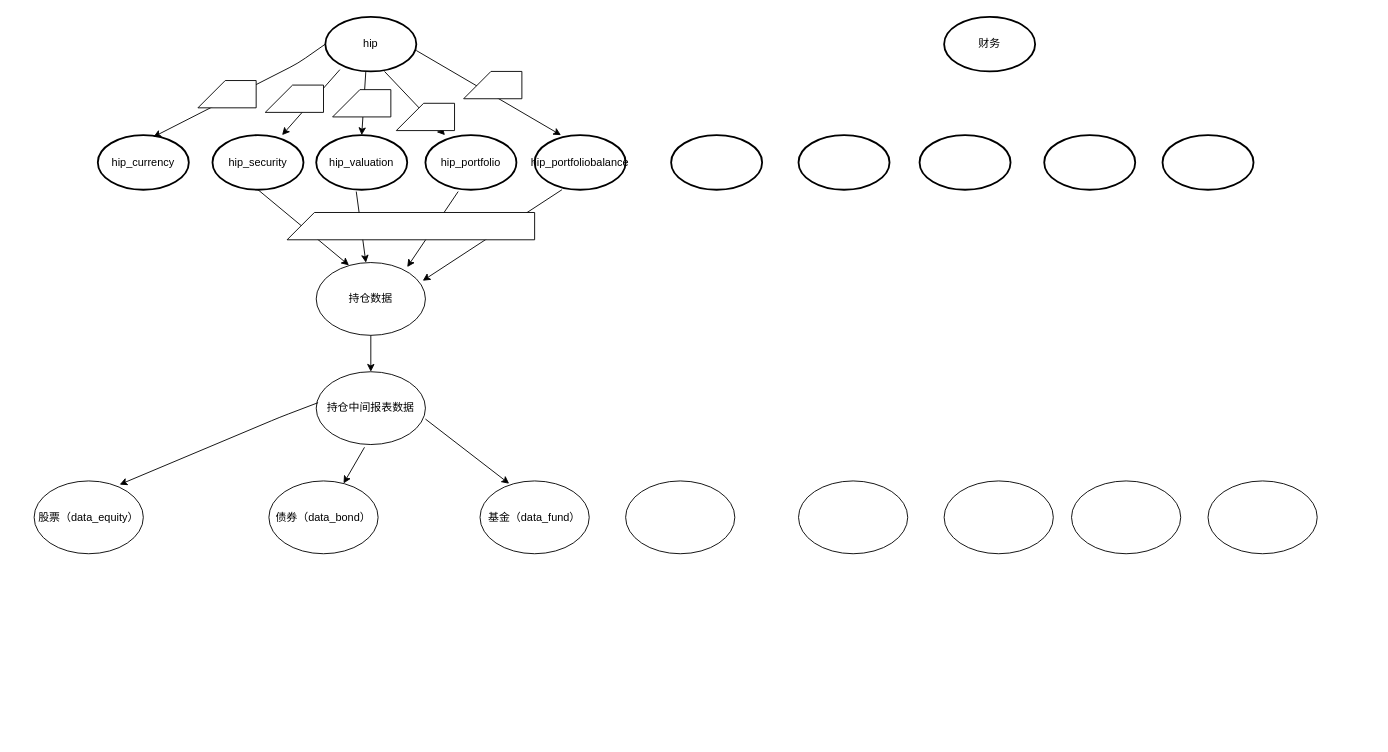
The draw.io diagram 任务树.drawio in gebifeixiang/investment, before the edit. Source tidied: cells renumbered, new cells numbered last; positions are measured from the earlier drawing's top-left corner, leaving out a move shared by most shapes. Both pictures are drawn from the tidied source at 91%, with x=0, y=0 at pixel (34, 16).
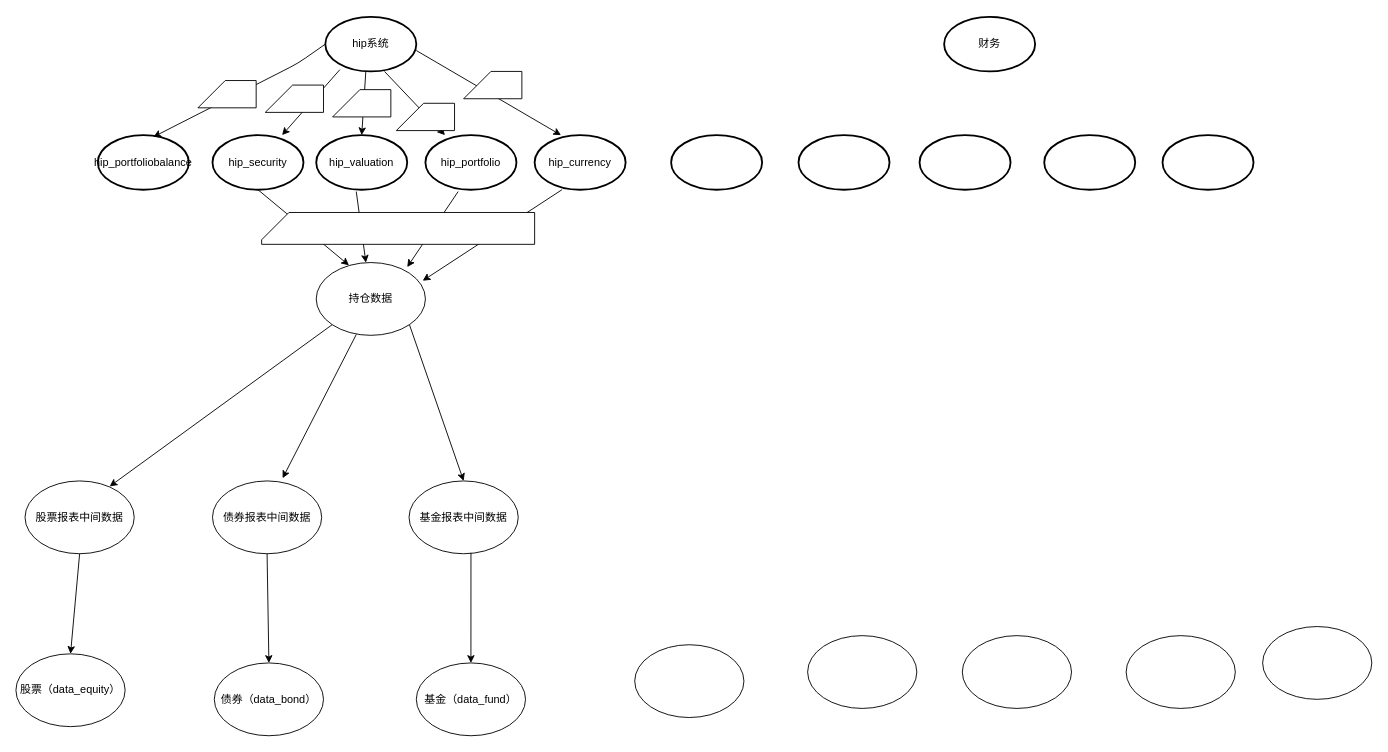
Above is the later version.

The change refers to these unchanged cells:
```xml
<mxCell id="24" value="持仓数据" style="ellipse;whiteSpace=wrap;html=1;" parent="1" vertex="1">
  <mxGeometry x="310" y="270" width="120" height="80" as="geometry" />
</mxCell>
```

Diff of the diagram source:
```diff
@@
-    <mxCell id="3" value="hip_currency" style="strokeWidth=2;html=1;shape=mxgraph.flowchart.start_1;whiteSpace=wrap;" parent="1" vertex="1">
+    <mxCell id="3" value="hip_portfoliobalance" style="strokeWidth=2;html=1;shape=mxgraph.flowchart.start_1;whiteSpace=wrap;" parent="1" vertex="1">
       <mxGeometry x="70" y="130" width="100" height="60" as="geometry" />
     </mxCell>
@@
-    <mxCell id="8" value="hip_portfoliobalance" style="strokeWidth=2;html=1;shape=mxgraph.flowchart.start_1;whiteSpace=wrap;" parent="1" vertex="1">
+    <mxCell id="8" value="hip_currency" style="strokeWidth=2;html=1;shape=mxgraph.flowchart.start_1;whiteSpace=wrap;" parent="1" vertex="1">
       <mxGeometry x="550" y="130" width="100" height="60" as="geometry" />
     </mxCell>
@@
-    <mxCell id="12" value="hip" style="strokeWidth=2;html=1;shape=mxgraph.flowchart.start_1;whiteSpace=wrap;" parent="1" vertex="1">
+    <mxCell id="12" value="hip系统" style="strokeWidth=2;html=1;shape=mxgraph.flowchart.start_1;whiteSpace=wrap;" parent="1" vertex="1">
       <mxGeometry x="320" width="100" height="60" as="geometry" />
     </mxCell>
@@
     <mxCell id="25" value="股票（data_equity）" style="ellipse;whiteSpace=wrap;html=1;" parent="1" vertex="1">
-      <mxGeometry y="510" width="120" height="80" as="geometry" />
+      <mxGeometry x="-20" y="700" width="120" height="80" as="geometry" />
     </mxCell>
     <mxCell id="26" value="债券（data_bond）" style="ellipse;whiteSpace=wrap;html=1;" parent="1" vertex="1">
-      <mxGeometry x="258" y="510" width="120" height="80" as="geometry" />
+      <mxGeometry x="198" y="710" width="120" height="80" as="geometry" />
     </mxCell>
     <mxCell id="27" value="基金（data_fund）" style="ellipse;whiteSpace=wrap;html=1;" parent="1" vertex="1">
-      <mxGeometry x="490" y="510" width="120" height="80" as="geometry" />
+      <mxGeometry x="420" y="710" width="120" height="80" as="geometry" />
     </mxCell>
     <mxCell id="28" style="ellipse;whiteSpace=wrap;html=1;" parent="1" vertex="1">
-      <mxGeometry x="650" y="510" width="120" height="80" as="geometry" />
+      <mxGeometry x="660" y="690" width="120" height="80" as="geometry" />
     </mxCell>
     <mxCell id="29" style="ellipse;whiteSpace=wrap;html=1;" parent="1" vertex="1">
-      <mxGeometry x="1290" y="510" width="120" height="80" as="geometry" />
+      <mxGeometry x="1350" y="670" width="120" height="80" as="geometry" />
     </mxCell>
     <mxCell id="30" style="ellipse;whiteSpace=wrap;html=1;" parent="1" vertex="1">
-      <mxGeometry x="1140" y="510" width="120" height="80" as="geometry" />
+      <mxGeometry x="1200" y="680" width="120" height="80" as="geometry" />
     </mxCell>
     <mxCell id="31" style="ellipse;whiteSpace=wrap;html=1;" parent="1" vertex="1">
-      <mxGeometry x="1000" y="510" width="120" height="80" as="geometry" />
+      <mxGeometry x="1020" y="680" width="120" height="80" as="geometry" />
     </mxCell>
     <mxCell id="32" style="ellipse;whiteSpace=wrap;html=1;" parent="1" vertex="1">
-      <mxGeometry x="840" y="510" width="120" height="80" as="geometry" />
+      <mxGeometry x="850" y="680" width="120" height="80" as="geometry" />
     </mxCell>
-    <mxCell id="33" value="持仓中间报表数据" style="ellipse;whiteSpace=wrap;html=1;" parent="1" vertex="1">
-      <mxGeometry x="310" y="390" width="120" height="80" as="geometry" />
-    </mxCell>
-    <mxCell id="34" style="endArrow=classic;html=1;entryX=0.783;entryY=0.05;entryDx=0;entryDy=0;entryPerimeter=0;exitX=0.017;exitY=0.425;exitDx=0;exitDy=0;exitPerimeter=0;" parent="1" edge="1" source="33" target="25">
-      <mxGeometry relative="1" as="geometry">
-        <Array as="points">
-          <mxPoint x="270" y="440" />
-        </Array>
-      </mxGeometry>
-    </mxCell>
-    <mxCell id="35" style="endArrow=classic;html=1;entryX=0.267;entryY=0.038;entryDx=0;entryDy=0;entryPerimeter=0;exitX=1;exitY=0.65;exitDx=0;exitDy=0;exitPerimeter=0;" parent="1" edge="1" source="33" target="27">
-      <mxGeometry relative="1" as="geometry" />
-    </mxCell>
-    <mxCell id="36" style="endArrow=classic;html=1;exitX=0.442;exitY=1.038;exitDx=0;exitDy=0;exitPerimeter=0;" parent="1" edge="1" source="33" target="26">
-      <mxGeometry relative="1" as="geometry" />
-    </mxCell>
@@
-    <mxCell id="41" style="endArrow=classic;html=1;exitX=0.5;exitY=1;exitDx=0;exitDy=0;" parent="1" edge="1" source="24" target="33">
-      <mxGeometry relative="1" as="geometry" />
-    </mxCell>
     <mxCell id="42" style="shape=card;whiteSpace=wrap;html=1;" parent="1" vertex="1">
-      <mxGeometry x="278" y="215" width="272" height="30" as="geometry" />
+      <mxGeometry x="250" y="215" width="300" height="35" as="geometry" />
     </mxCell>
+    <mxCell id="43" value="股票报表中间数据" style="ellipse;whiteSpace=wrap;html=1;" parent="1" vertex="1">
+      <mxGeometry x="-10" y="510" width="120" height="80" as="geometry" />
+    </mxCell>
+    <mxCell id="44" value="债券报表中间数据" style="ellipse;whiteSpace=wrap;html=1;" parent="1" vertex="1">
+      <mxGeometry x="196" y="510" width="120" height="80" as="geometry" />
+    </mxCell>
+    <mxCell id="45" value="基金报表中间数据" style="ellipse;whiteSpace=wrap;html=1;" parent="1" vertex="1">
+      <mxGeometry x="412" y="510" width="120" height="80" as="geometry" />
+    </mxCell>
+    <mxCell id="46" style="endArrow=classic;html=1;exitX=0;exitY=1;exitDx=0;exitDy=0;entryX=0.775;entryY=0.075;entryDx=0;entryDy=0;entryPerimeter=0;" parent="1" edge="1" source="24" target="43">
+      <mxGeometry relative="1" as="geometry" />
+    </mxCell>
+    <mxCell id="47" style="endArrow=classic;html=1;exitX=0.367;exitY=0.988;exitDx=0;exitDy=0;exitPerimeter=0;entryX=0.642;entryY=-0.037;entryDx=0;entryDy=0;entryPerimeter=0;" parent="1" edge="1" source="24" target="44">
+      <mxGeometry relative="1" as="geometry" />
+    </mxCell>
+    <mxCell id="48" style="endArrow=classic;html=1;exitX=1;exitY=1;exitDx=0;exitDy=0;entryX=0.5;entryY=0;entryDx=0;entryDy=0;" parent="1" edge="1" source="24" target="45">
+      <mxGeometry relative="1" as="geometry" />
+    </mxCell>
+    <mxCell id="49" style="endArrow=classic;html=1;exitX=0.5;exitY=1;exitDx=0;exitDy=0;" parent="1" edge="1" source="43">
+      <mxGeometry relative="1" as="geometry">
+        <mxPoint x="40" y="700" as="targetPoint" />
+      </mxGeometry>
+    </mxCell>
+    <mxCell id="50" style="endArrow=classic;html=1;exitX=0.5;exitY=1;exitDx=0;exitDy=0;entryX=0.5;entryY=0;entryDx=0;entryDy=0;" parent="1" edge="1" source="44" target="26">
+      <mxGeometry relative="1" as="geometry" />
+    </mxCell>
+    <mxCell id="51" style="endArrow=classic;html=1;exitX=0.567;exitY=0.988;exitDx=0;exitDy=0;exitPerimeter=0;" parent="1" edge="1" source="45" target="27">
+      <mxGeometry relative="1" as="geometry" />
+    </mxCell>
```
